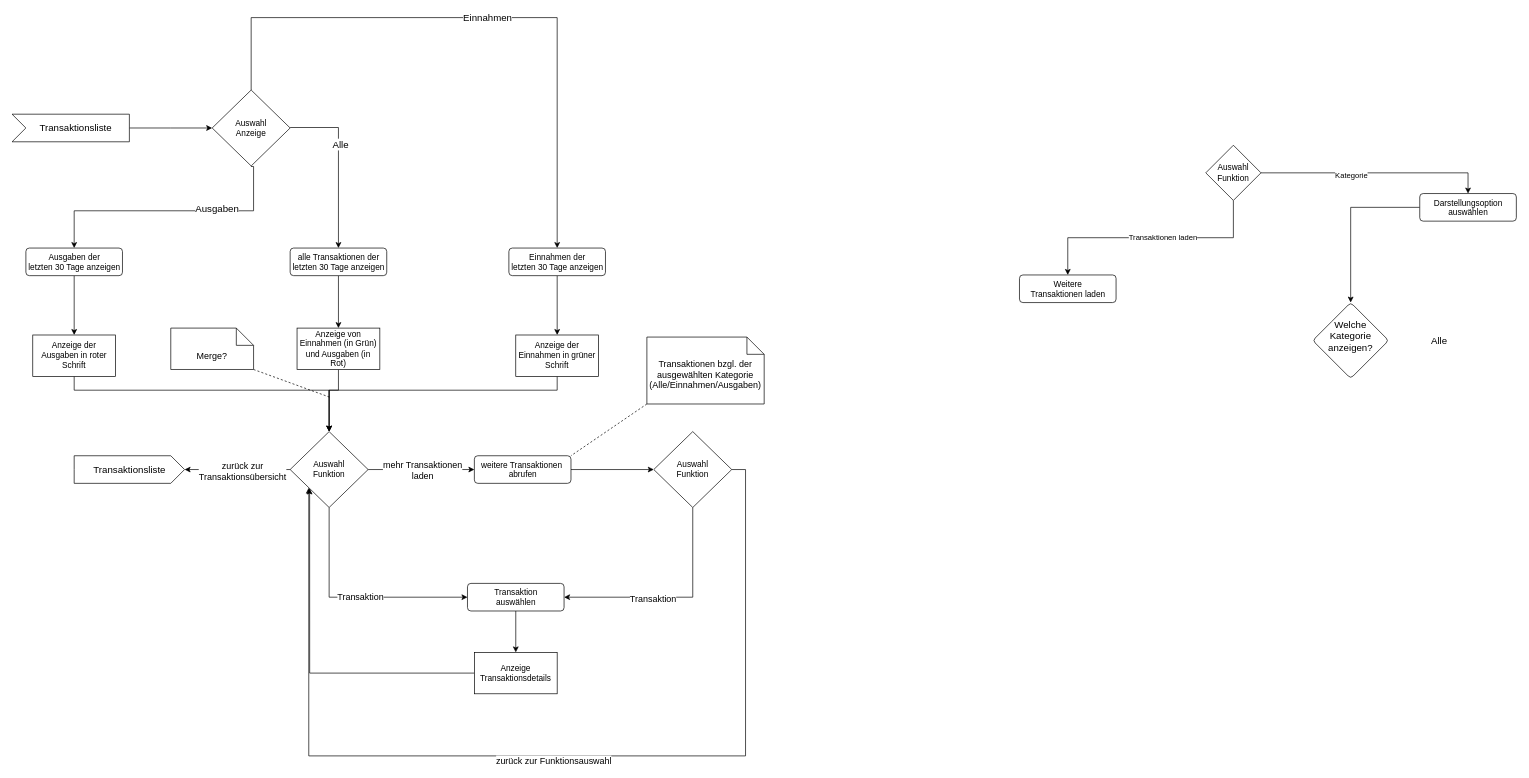
erdden/Diagrams keeps this draw.io diagram as page "Transaktion" (3 of 4) of Activity Diagram.drawio. Above is the earlier version. Source tidied: cells renumbered, new cells numbered last; positions are measured from the earlier drawing's top-left corner, leaving out a move shared by most shapes. Both pictures are drawn from the tidied source at 69%, with x=0, y=0 at pixel (12, 17).
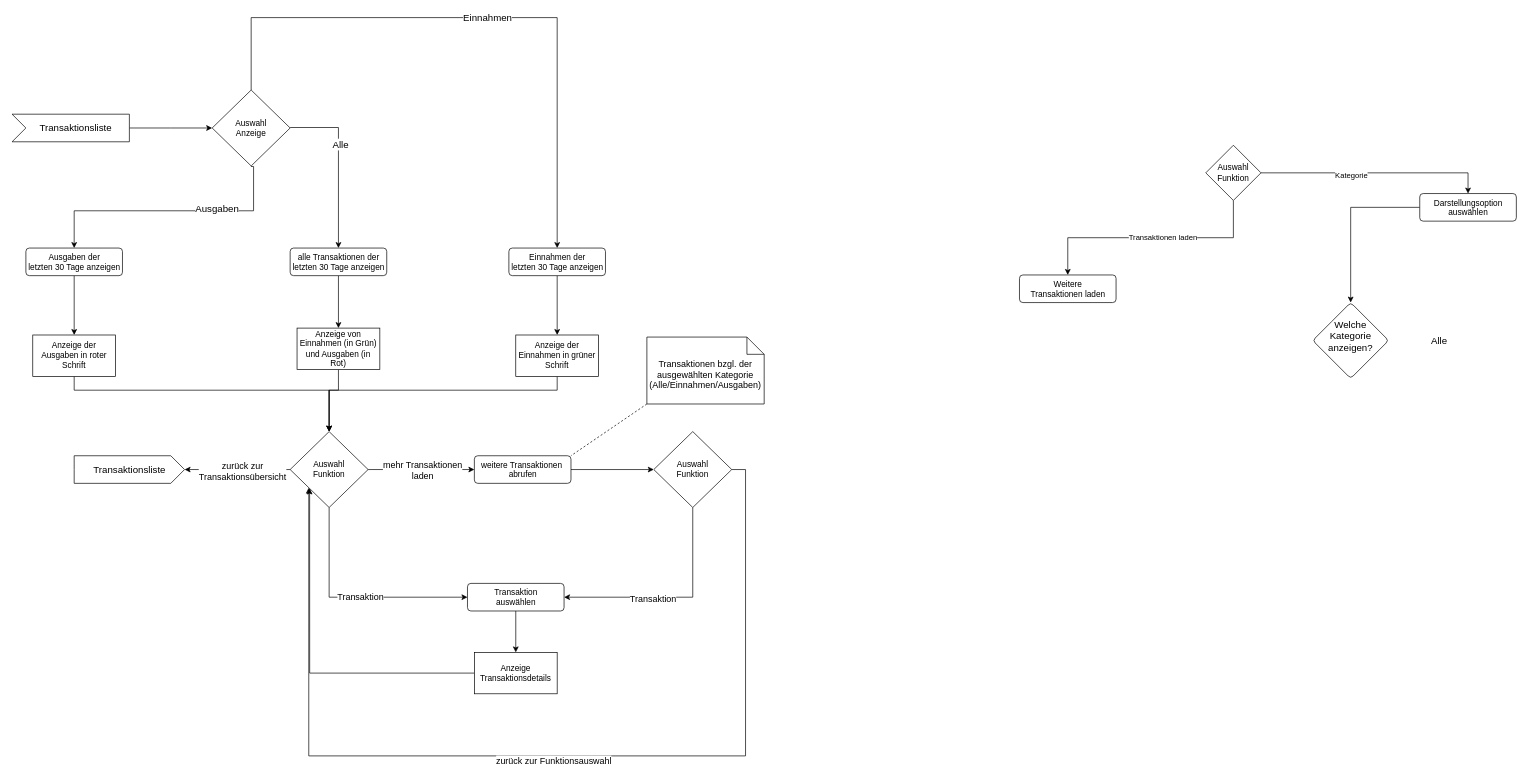
After the change.

Diff of the diagram source:
```diff
@@
-    <mxCell id="40" style="rounded=0;jettySize=auto;html=1;exitX=1;exitY=1;exitDx=0;exitDy=0;exitPerimeter=0;fontSize=14;dashed=1;startArrow=none;startFill=0;endArrow=none;endFill=0;" parent="1" edge="1" source="41">
-      <mxGeometry relative="1" as="geometry">
-        <mxPoint x="460" y="550" as="targetPoint" />
-      </mxGeometry>
-    </mxCell>
-    <mxCell id="41" value="&lt;span style=&quot;font-size: 13px&quot;&gt;Merge?&lt;/span&gt;" style="shape=note2;boundedLbl=1;whiteSpace=wrap;html=1;size=25;verticalAlign=top;align=center;fontSize=14;" parent="1" vertex="1">
-      <mxGeometry x="230" y="450" width="120" height="60" as="geometry" />
-    </mxCell>
```
